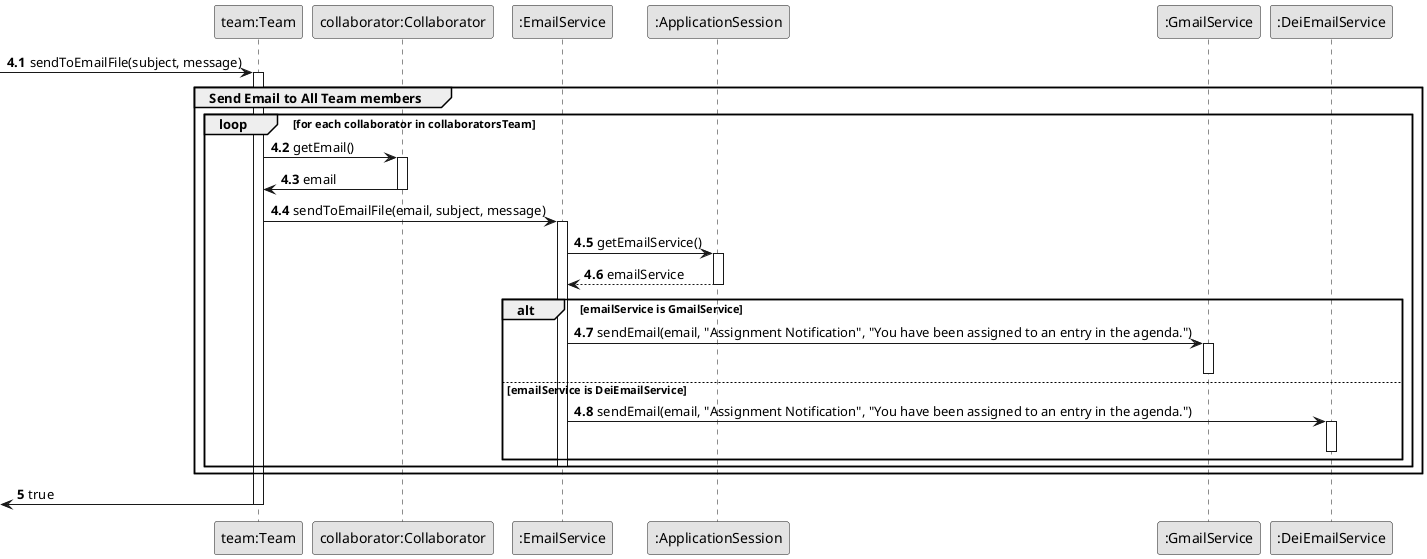
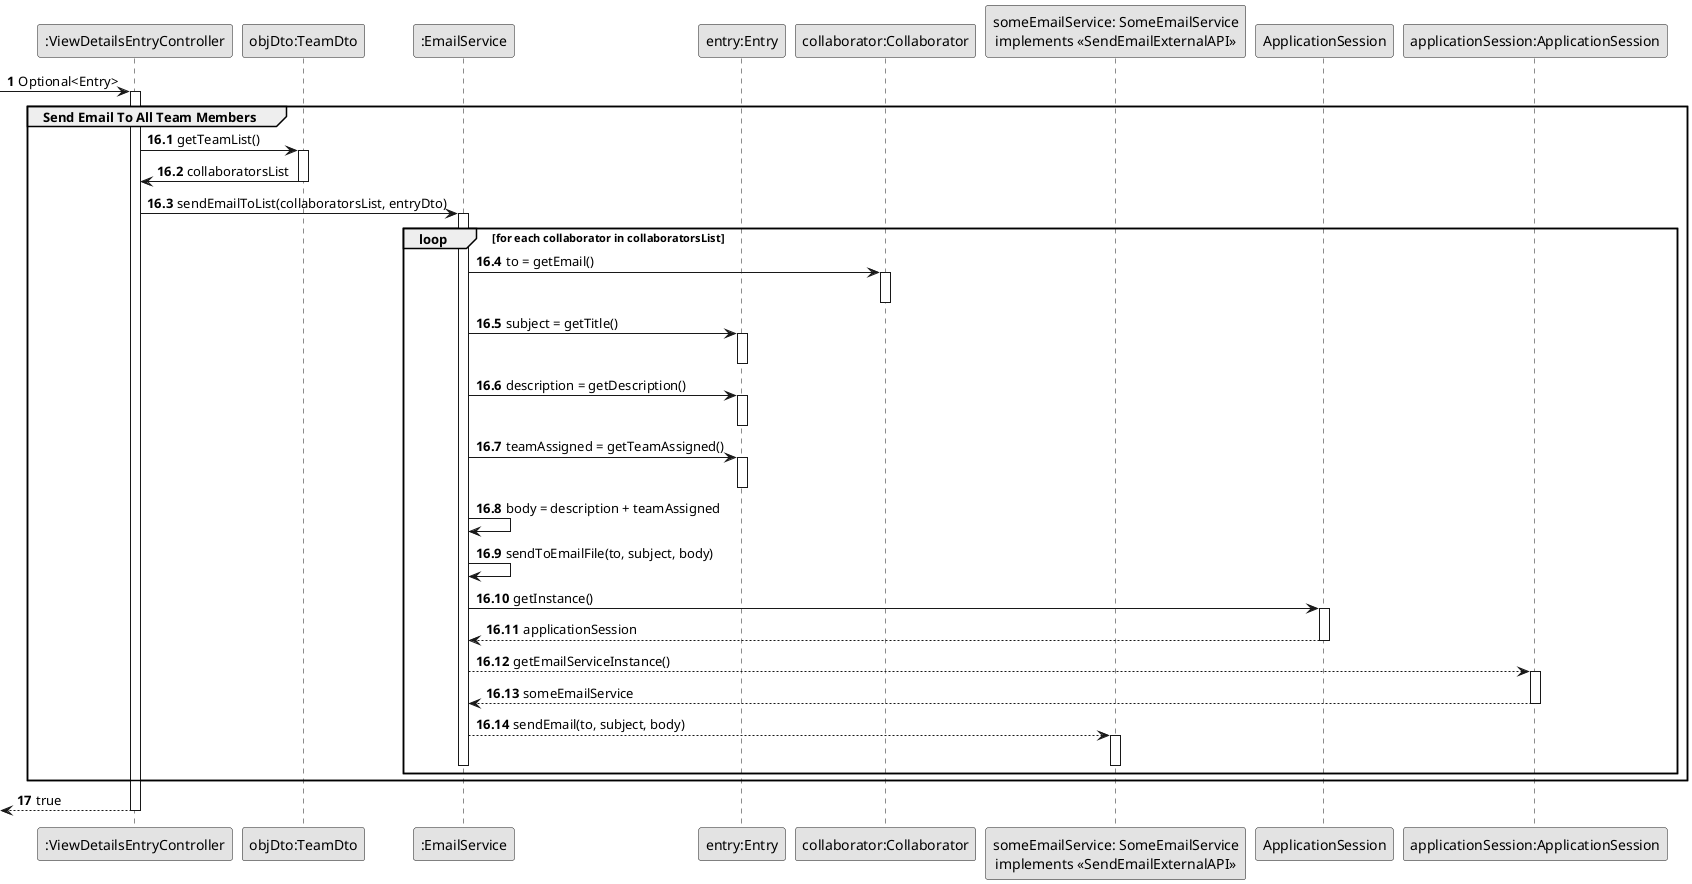
- 
@startuml
skinparam monochrome true
skinparam packageStyle rectangle
skinparam shadowing false

- 
- participant "team:Team" as Team
- 
- participant "collaborator:Collaborator" as Collaborator
- 
- participant ":EmailService" as EmailService
- 
- participant ":ApplicationSession" as ApplicationSession
- participant ":GmailService" as GmailService
- participant ":DeiEmailService" as DeiEmailService
+ autonumber



+ participant ":ViewDetailsEntryController" as CTRL2

- autonumber 4.1
- -> Team : sendToEmailFile(subject, message)
- activate Team
- group Send Email to All Team members
+ participant "objDto:TeamDto" as TeamDto
+ participant ":EmailService" as EmailService
+ participant "entry:Entry" as Entry
+ participant "collaborator:Collaborator" as Collaborator
+ participant "someEmailService: SomeEmailService\nimplements <<SendEmailExternalAPI>>" as SomeEmailService
+ 
+ participant "ApplicationSession" as Session
+ participant "applicationSession:ApplicationSession" as ApplicationSession



-     loop for each collaborator in collaboratorsTeam
-         Team -> Collaborator : getEmail()
+ -> CTRL2: Optional<Entry>
+ 
+ autonumber 16.1
+ activate CTRL2
+ 
+ group Send Email To All Team Members
+     CTRL2 -> TeamDto : getTeamList()
+     activate TeamDto
+     TeamDto -> CTRL2 : collaboratorsList
+     deactivate TeamDto
+ 
+     CTRL2 -> EmailService : sendEmailToList(collaboratorsList, entryDto)
+     activate EmailService
+     loop for each collaborator in collaboratorsList
+         EmailService -> Collaborator : to = getEmail()
        activate Collaborator
- 
-         Collaborator -> Team : email
        deactivate Collaborator

-         Team -> EmailService: sendToEmailFile(email, subject, message)
-         activate EmailService
-         EmailService -> ApplicationSession : getEmailService()
+         EmailService -> Entry : subject = getTitle()
+         activate Entry
+         deactivate Entry
+ 
+         EmailService -> Entry : description = getDescription()
+         activate Entry
+         deactivate Entry
+ 
+         EmailService -> Entry : teamAssigned = getTeamAssigned()
+         activate Entry
+         deactivate Entry
+ 
+         EmailService -> EmailService : body = description + teamAssigned
+ 
+         EmailService -> EmailService : sendToEmailFile(to, subject, body)
+ 
+ 
+         EmailService -> Session : getInstance()
+         activate Session
+ 
+         Session --> EmailService : applicationSession
+         deactivate Session
+ 
+         EmailService --> ApplicationSession : getEmailServiceInstance()
        activate ApplicationSession

- 
-         ApplicationSession --> EmailService : emailService
+         ApplicationSession --> EmailService : someEmailService
        deactivate ApplicationSession

-         alt emailService is GmailService
-             EmailService -> GmailService : sendEmail(email, "Assignment Notification", "You have been assigned to an entry in the agenda.")
-             activate GmailService
-             deactivate GmailService
-         else emailService is DeiEmailService
-             EmailService -> DeiEmailService : sendEmail(email, "Assignment Notification", "You have been assigned to an entry in the agenda.")
-             activate DeiEmailService
-             deactivate DeiEmailService
- 
-         end
+         EmailService -->  SomeEmailService : sendEmail(to, subject, body)
+         activate SomeEmailService
+         deactivate SomeEmailService
        deactivate EmailService

    end
- 
- 
- 
end

- autonumber 5
+ autonumber 17

- <- Team: true
- deactivate Team
- 
- 
+ <-- CTRL2  : true
+ deactivate CTRL2

@enduml
